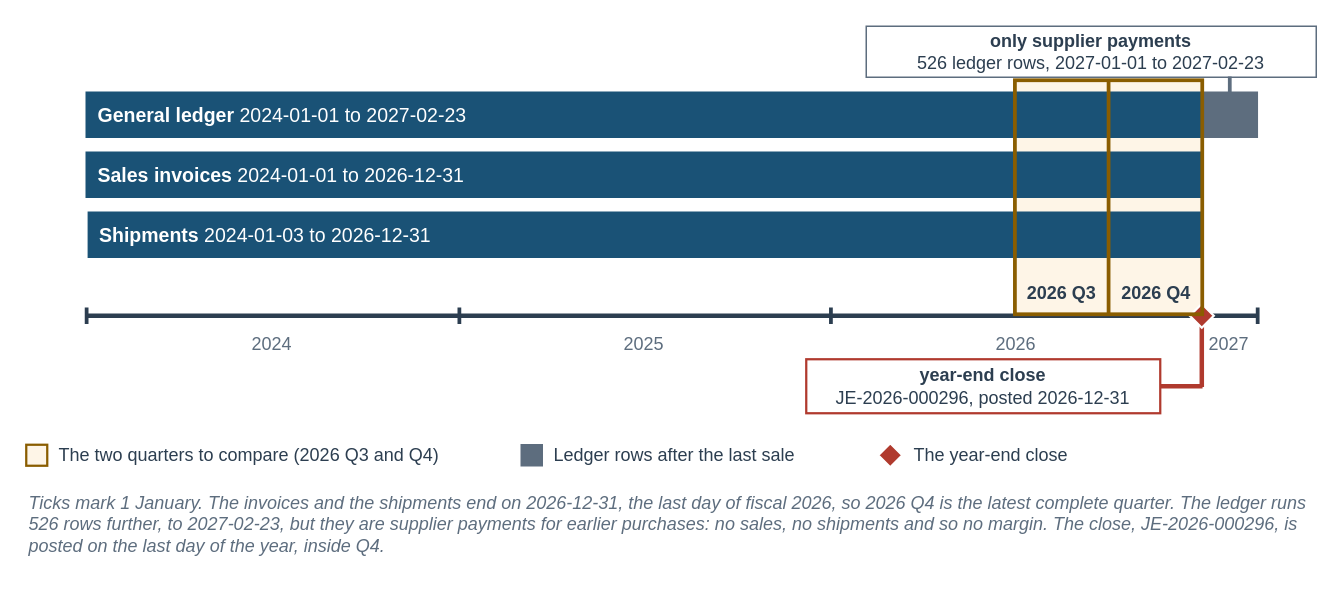
This is facts/instructor/figures/case-part-1/IF-C1-0-B.drawio from mmcodesso/Accounting_Analytics_Book, a draw.io file, before an edit. Source tidied: cells renumbered, new cells numbered last; positions are measured from the earlier drawing's top-left corner, leaving out a move shared by most shapes. Both pictures are drawn from the tidied source at 150%, with x=0, y=0 at pixel (26, 26).
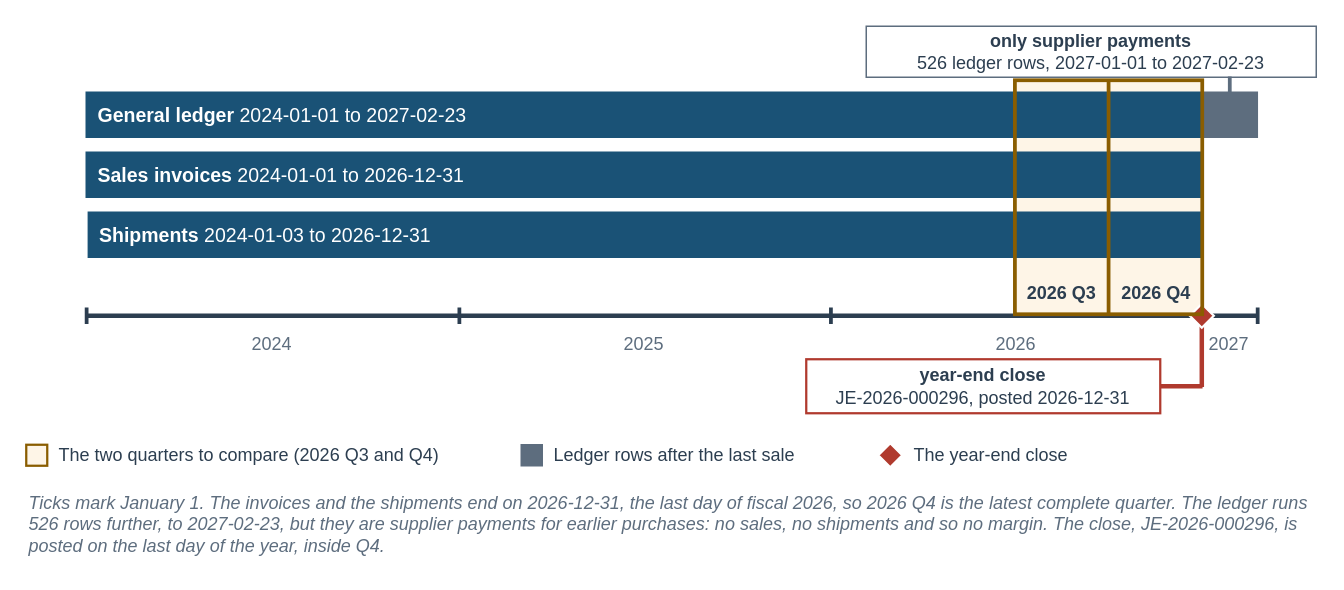
The same page after the edit.

Change to the diagram source:
```diff
@@
-    <mxCell id="33" value="&lt;i&gt;Ticks mark 1 January. The invoices and the shipments end on 2026-12-31, the last day of fiscal 2026, so 2026 Q4 is the latest complete quarter. The ledger runs 526 rows further, to 2027-02-23, but they are supplier payments for earlier purchases: no sales, no shipments and so no margin. The close, JE-2026-000296, is posted on the last day of the year, inside Q4.&lt;/i&gt;" style="text;html=1;whiteSpace=wrap;align=left;verticalAlign=top;fontSize=12;fontColor=#5D6D7E;fontStyle=0;fontFamily=Helvetica;spacing=2;fillColor=none;strokeColor=none;" parent="1" vertex="1">
+    <mxCell id="33" value="&lt;i&gt;Ticks mark January 1. The invoices and the shipments end on 2026-12-31, the last day of fiscal 2026, so 2026 Q4 is the latest complete quarter. The ledger runs 526 rows further, to 2027-02-23, but they are supplier payments for earlier purchases: no sales, no shipments and so no margin. The close, JE-2026-000296, is posted on the last day of the year, inside Q4.&lt;/i&gt;" style="text;html=1;whiteSpace=wrap;align=left;verticalAlign=top;fontSize=12;fontColor=#5D6D7E;fontStyle=0;fontFamily=Helvetica;spacing=2;fillColor=none;strokeColor=none;" parent="1" vertex="1">
       <mxGeometry y="304" width="860" height="52" as="geometry" />
     </mxCell>
```
